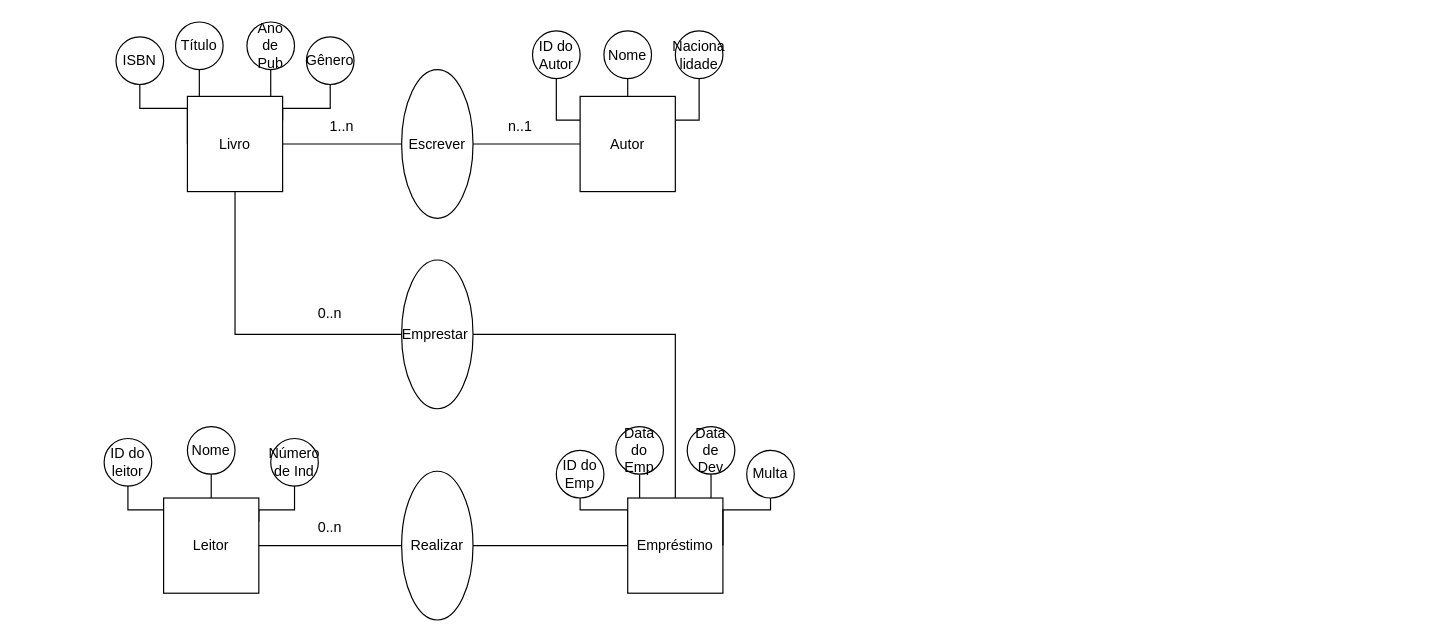
The draw.io diagram Atividade sobre ER Biblioteca.drawio in Aliel101/Aliel101-Atividades, before the edit. Source tidied: cells renumbered, new cells numbered last; positions are measured from the earlier drawing's top-left corner, leaving out a move shared by most shapes. Both pictures are drawn from the tidied source at 119%, with x=0, y=0 at pixel (104, 21).
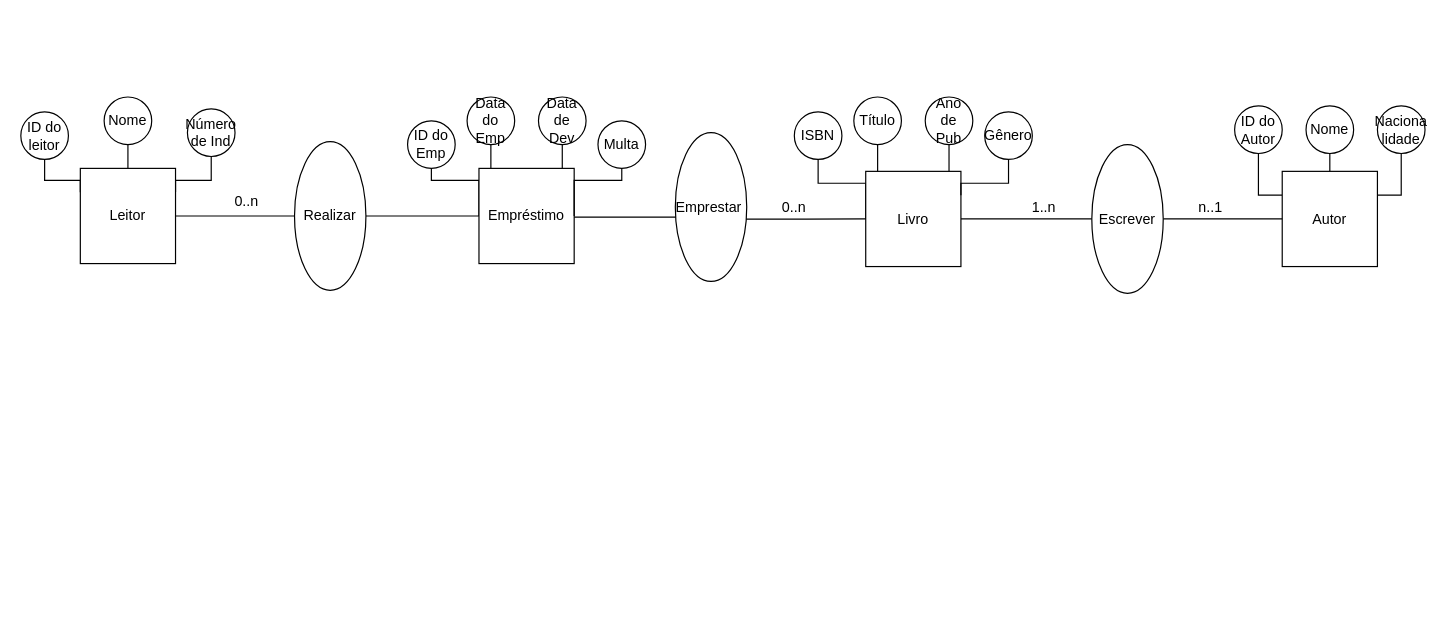
The same page after the edit.

What changed in the source:
```diff
@@
     <mxCell id="2" style="edgeStyle=orthogonalEdgeStyle;rounded=0;jettySize=auto;html=1;exitX=0.5;exitY=1;exitDx=0;exitDy=0;entryX=0;entryY=0.5;entryDx=0;entryDy=0;strokeColor=default;endArrow=none;endFill=0;" parent="1" edge="1" source="3" target="8">
       <mxGeometry relative="1" as="geometry">
         <Array as="points">
-          <mxPoint x="30" y="72.5" />
-          <mxPoint x="70" y="72.5" />
+          <mxPoint x="600" y="135.5" />
+          <mxPoint x="640" y="135.5" />
         </Array>
       </mxGeometry>
     </mxCell>
     <mxCell id="3" value="ISBN" style="ellipse;whiteSpace=wrap;html=1;" parent="1" vertex="1">
-      <mxGeometry x="10" y="12.5" width="40" height="40" as="geometry" />
+      <mxGeometry x="580" y="75.5" width="40" height="40" as="geometry" />
     </mxCell>
@@
     <mxCell id="5" value="Título" style="ellipse;whiteSpace=wrap;html=1;" parent="1" vertex="1">
-      <mxGeometry x="60" width="40" height="40" as="geometry" />
+      <mxGeometry x="630" y="63" width="40" height="40" as="geometry" />
     </mxCell>
     <mxCell id="6" value="Ano de Pub" style="ellipse;whiteSpace=wrap;html=1;" parent="1" vertex="1">
-      <mxGeometry x="120" width="40" height="40" as="geometry" />
+      <mxGeometry x="690" y="63" width="40" height="40" as="geometry" />
     </mxCell>
@@
     <mxCell id="8" value="Livro" style="whiteSpace=wrap;html=1;" parent="1" vertex="1">
-      <mxGeometry x="70" y="62.5" width="80" height="80" as="geometry" />
+      <mxGeometry x="640" y="125.5" width="80" height="80" as="geometry" />
     </mxCell>
     <mxCell id="9" style="edgeStyle=orthogonalEdgeStyle;rounded=0;jettySize=auto;html=1;exitX=0.5;exitY=1;exitDx=0;exitDy=0;entryX=1;entryY=0.25;entryDx=0;entryDy=0;endArrow=none;endFill=0;" parent="1" edge="1" source="10" target="8">
       <mxGeometry relative="1" as="geometry">
         <Array as="points">
-          <mxPoint x="190" y="72.5" />
-          <mxPoint x="150" y="72.5" />
+          <mxPoint x="760" y="135.5" />
+          <mxPoint x="720" y="135.5" />
         </Array>
       </mxGeometry>
     </mxCell>
     <mxCell id="10" value="Gênero" style="ellipse;whiteSpace=wrap;html=1;" parent="1" vertex="1">
-      <mxGeometry x="170" y="12.5" width="40" height="40" as="geometry" />
+      <mxGeometry x="740" y="75.5" width="40" height="40" as="geometry" />
     </mxCell>
     <mxCell id="11" style="edgeStyle=orthogonalEdgeStyle;rounded=0;jettySize=auto;html=1;exitX=0.5;exitY=1;exitDx=0;exitDy=0;endArrow=none;endFill=0;" parent="1" edge="1" source="6">
       <mxGeometry relative="1" as="geometry">
-        <mxPoint x="140" y="62.5" as="targetPoint" />
+        <mxPoint x="710" y="125.5" as="targetPoint" />
       </mxGeometry>
     </mxCell>
@@
     <mxCell id="13" value="ID do Autor" style="ellipse;whiteSpace=wrap;html=1;" parent="1" vertex="1">
-      <mxGeometry x="360" y="7.5" width="40" height="40" as="geometry" />
+      <mxGeometry x="950" y="70.5" width="40" height="40" as="geometry" />
     </mxCell>
@@
     <mxCell id="15" value="Nome" style="ellipse;whiteSpace=wrap;html=1;" parent="1" vertex="1">
-      <mxGeometry x="420" y="7.5" width="40" height="40" as="geometry" />
+      <mxGeometry x="1010" y="70.5" width="40" height="40" as="geometry" />
     </mxCell>
@@
     <mxCell id="17" value="Naciona&lt;div&gt;&lt;span style=&quot;background-color: initial;&quot;&gt;lidade&lt;/span&gt;&lt;br&gt;&lt;/div&gt;" style="ellipse;whiteSpace=wrap;html=1;" parent="1" vertex="1">
-      <mxGeometry x="480" y="7.5" width="40" height="40" as="geometry" />
+      <mxGeometry x="1070" y="70.5" width="40" height="40" as="geometry" />
     </mxCell>
     <mxCell id="18" value="Autor" style="whiteSpace=wrap;html=1;" parent="1" vertex="1">
-      <mxGeometry x="400" y="62.5" width="80" height="80" as="geometry" />
+      <mxGeometry x="990" y="125.5" width="80" height="80" as="geometry" />
     </mxCell>
-    <mxCell id="19" style="edgeStyle=orthogonalEdgeStyle;rounded=0;jettySize=auto;html=1;exitX=0.5;exitY=1;exitDx=0;exitDy=0;entryX=0;entryY=0.25;entryDx=0;entryDy=0;endArrow=none;endFill=0;" parent="1" edge="1" source="20" target="25">
+    <mxCell id="19" style="edgeStyle=orthogonalEdgeStyle;rounded=0;jettySize=auto;html=1;exitX=0.5;exitY=1;exitDx=0;exitDy=0;entryX=0;entryY=0.25;entryDx=0;entryDy=0;endArrow=none;endFill=0;" parent="1" edge="1" target="25">
       <mxGeometry relative="1" as="geometry">
+        <mxPoint x="-50" y="113" as="sourcePoint" />
         <Array as="points">
-          <mxPoint x="20" y="410" />
-          <mxPoint x="50" y="410" />
+          <mxPoint x="-50" y="133" />
+          <mxPoint x="-20" y="133" />
         </Array>
       </mxGeometry>
     </mxCell>
     <mxCell id="20" value="ID do leitor" style="ellipse;whiteSpace=wrap;html=1;" parent="1" vertex="1">
-      <mxGeometry y="350" width="40" height="40" as="geometry" />
+      <mxGeometry x="-70" y="75.5" width="40" height="40" as="geometry" />
     </mxCell>
@@
     <mxCell id="22" value="Nome" style="ellipse;whiteSpace=wrap;html=1;" parent="1" vertex="1">
-      <mxGeometry x="70" y="340" width="40" height="40" as="geometry" />
+      <mxGeometry y="63" width="40" height="40" as="geometry" />
     </mxCell>
     <mxCell id="23" style="edgeStyle=orthogonalEdgeStyle;rounded=0;jettySize=auto;html=1;exitX=0.5;exitY=1;exitDx=0;exitDy=0;entryX=1;entryY=0.25;entryDx=0;entryDy=0;endArrow=none;endFill=0;" parent="1" edge="1" source="24" target="25">
       <mxGeometry relative="1" as="geometry">
         <Array as="points">
-          <mxPoint x="160" y="410" />
-          <mxPoint x="130" y="410" />
+          <mxPoint x="90" y="133" />
+          <mxPoint x="60" y="133" />
         </Array>
       </mxGeometry>
     </mxCell>
     <mxCell id="24" value="Número de Ind" style="ellipse;whiteSpace=wrap;html=1;" parent="1" vertex="1">
-      <mxGeometry x="140" y="350" width="40" height="40" as="geometry" />
+      <mxGeometry x="70" y="73" width="40" height="40" as="geometry" />
     </mxCell>
     <mxCell id="25" value="Leitor" style="whiteSpace=wrap;html=1;" parent="1" vertex="1">
-      <mxGeometry x="50" y="400" width="80" height="80" as="geometry" />
+      <mxGeometry x="-20" y="123" width="80" height="80" as="geometry" />
     </mxCell>
     <mxCell id="26" style="edgeStyle=orthogonalEdgeStyle;rounded=0;jettySize=auto;html=1;exitX=0.5;exitY=1;exitDx=0;exitDy=0;entryX=0;entryY=0.5;entryDx=0;entryDy=0;strokeColor=default;endArrow=none;endFill=0;" parent="1" edge="1" source="27" target="32">
       <mxGeometry relative="1" as="geometry">
         <Array as="points">
-          <mxPoint x="400" y="410" />
-          <mxPoint x="440" y="410" />
+          <mxPoint x="275" y="133" />
+          <mxPoint x="315" y="133" />
         </Array>
       </mxGeometry>
     </mxCell>
     <mxCell id="27" value="ID do Emp" style="ellipse;whiteSpace=wrap;html=1;" parent="1" vertex="1">
-      <mxGeometry x="380" y="360" width="40" height="40" as="geometry" />
+      <mxGeometry x="255" y="83" width="40" height="40" as="geometry" />
     </mxCell>
@@
     <mxCell id="29" value="Data do Emp" style="ellipse;whiteSpace=wrap;html=1;" parent="1" vertex="1">
-      <mxGeometry x="430" y="340" width="40" height="40" as="geometry" />
+      <mxGeometry x="305" y="63" width="40" height="40" as="geometry" />
     </mxCell>
     <mxCell id="30" value="Data de Dev" style="ellipse;whiteSpace=wrap;html=1;" parent="1" vertex="1">
-      <mxGeometry x="490" y="340" width="40" height="40" as="geometry" />
+      <mxGeometry x="365" y="63" width="40" height="40" as="geometry" />
     </mxCell>
-    <mxCell id="31" style="edgeStyle=orthogonalEdgeStyle;rounded=0;jettySize=auto;html=1;exitX=0.5;exitY=0;exitDx=0;exitDy=0;entryX=1;entryY=0.5;entryDx=0;entryDy=0;endArrow=none;endFill=0;" parent="1" edge="1" source="32" target="45">
-      <mxGeometry relative="1" as="geometry" />
+    <mxCell id="31" style="edgeStyle=orthogonalEdgeStyle;rounded=0;jettySize=auto;html=1;entryX=0;entryY=0.5;entryDx=0;entryDy=0;endArrow=none;endFill=0;" parent="1" edge="1" target="45">
+      <mxGeometry relative="1" as="geometry">
+        <mxPoint x="370" y="163" as="sourcePoint" />
+        <Array as="points">
+          <mxPoint x="370" y="164" />
+          <mxPoint x="510" y="164" />
+        </Array>
+      </mxGeometry>
     </mxCell>
     <mxCell id="32" value="Empréstimo" style="whiteSpace=wrap;html=1;" parent="1" vertex="1">
-      <mxGeometry x="440" y="400" width="80" height="80" as="geometry" />
+      <mxGeometry x="315" y="123" width="80" height="80" as="geometry" />
     </mxCell>
     <mxCell id="33" style="edgeStyle=orthogonalEdgeStyle;rounded=0;jettySize=auto;html=1;exitX=0.5;exitY=1;exitDx=0;exitDy=0;entryX=1;entryY=0.5;entryDx=0;entryDy=0;endArrow=none;endFill=0;" parent="1" edge="1" source="34" target="32">
       <mxGeometry relative="1" as="geometry">
         <Array as="points">
-          <mxPoint x="560" y="410" />
-          <mxPoint x="520" y="410" />
+          <mxPoint x="435" y="133" />
+          <mxPoint x="395" y="133" />
         </Array>
       </mxGeometry>
     </mxCell>
     <mxCell id="34" value="Multa" style="ellipse;whiteSpace=wrap;html=1;" parent="1" vertex="1">
-      <mxGeometry x="540" y="360" width="40" height="40" as="geometry" />
+      <mxGeometry x="415" y="83" width="40" height="40" as="geometry" />
     </mxCell>
     <mxCell id="35" style="edgeStyle=orthogonalEdgeStyle;rounded=0;jettySize=auto;html=1;exitX=0.5;exitY=1;exitDx=0;exitDy=0;endArrow=none;endFill=0;" parent="1" edge="1" source="30">
       <mxGeometry relative="1" as="geometry">
-        <mxPoint x="510" y="400" as="targetPoint" />
+        <mxPoint x="385" y="123" as="targetPoint" />
       </mxGeometry>
     </mxCell>
     <mxCell id="36" value="1..n" style="text;html=1;align=center;verticalAlign=middle;whiteSpace=wrap;rounded=0;" parent="1" vertex="1">
-      <mxGeometry x="170" y="72.5" width="60" height="30" as="geometry" />
+      <mxGeometry x="760" y="140.5" width="60" height="30" as="geometry" />
     </mxCell>
@@
     <mxCell id="38" value="Escrever" style="ellipse;whiteSpace=wrap;html=1;" parent="1" vertex="1">
-      <mxGeometry x="250" y="40" width="60" height="125" as="geometry" />
+      <mxGeometry x="830" y="103" width="60" height="125" as="geometry" />
     </mxCell>
     <mxCell id="39" value="n..1" style="text;html=1;align=center;verticalAlign=middle;whiteSpace=wrap;rounded=0;" parent="1" vertex="1">
-      <mxGeometry x="320" y="72.5" width="60" height="30" as="geometry" />
+      <mxGeometry x="900" y="140.5" width="60" height="30" as="geometry" />
     </mxCell>
@@
     <mxCell id="41" value="Realizar" style="ellipse;whiteSpace=wrap;html=1;" parent="1" vertex="1">
-      <mxGeometry x="250" y="377.5" width="60" height="125" as="geometry" />
+      <mxGeometry x="160" y="100.5" width="60" height="125" as="geometry" />
     </mxCell>
-    <mxCell id="42" style="edgeStyle=orthogonalEdgeStyle;rounded=0;jettySize=auto;html=1;exitX=1;exitY=0.5;exitDx=0;exitDy=0;endArrow=none;endFill=0;" parent="1" edge="1" source="25">
-      <mxGeometry relative="1" as="geometry">
-        <mxPoint x="250" y="440" as="targetPoint" />
-        <Array as="points">
-          <mxPoint x="247" y="440" />
-        </Array>
-      </mxGeometry>
+    <mxCell id="42" style="edgeStyle=orthogonalEdgeStyle;rounded=0;jettySize=auto;html=1;exitX=1;exitY=0.5;exitDx=0;exitDy=0;endArrow=none;endFill=0;entryX=0;entryY=0.5;entryDx=0;entryDy=0;" parent="1" edge="1" source="25" target="41">
+      <mxGeometry relative="1" as="geometry" />
     </mxCell>
     <mxCell id="43" value="0..n" style="text;html=1;align=center;verticalAlign=middle;whiteSpace=wrap;rounded=0;" parent="1" vertex="1">
-      <mxGeometry x="160" y="410" width="60" height="30" as="geometry" />
+      <mxGeometry x="90" y="135.5" width="60" height="30" as="geometry" />
     </mxCell>
-    <mxCell id="44" style="edgeStyle=orthogonalEdgeStyle;rounded=0;jettySize=auto;html=1;exitX=0;exitY=0.5;exitDx=0;exitDy=0;entryX=0.5;entryY=1;entryDx=0;entryDy=0;endArrow=none;endFill=0;" parent="1" edge="1" source="45" target="8">
+    <mxCell id="44" style="edgeStyle=orthogonalEdgeStyle;rounded=0;jettySize=auto;html=1;exitX=0.98;exitY=0.581;exitDx=0;exitDy=0;entryX=0;entryY=0.5;entryDx=0;entryDy=0;endArrow=none;endFill=0;exitPerimeter=0;" parent="1" edge="1" source="45" target="8">
       <mxGeometry relative="1" as="geometry" />
     </mxCell>
     <mxCell id="45" value="Emprestar&amp;nbsp;" style="ellipse;whiteSpace=wrap;html=1;" parent="1" vertex="1">
-      <mxGeometry x="250" y="200" width="60" height="125" as="geometry" />
+      <mxGeometry x="480" y="93" width="60" height="125" as="geometry" />
     </mxCell>
     <mxCell id="46" value="0..n" style="text;html=1;align=center;verticalAlign=middle;whiteSpace=wrap;rounded=0;" parent="1" vertex="1">
-      <mxGeometry x="160" y="230" width="60" height="30" as="geometry" />
+      <mxGeometry x="550" y="140.5" width="60" height="30" as="geometry" />
     </mxCell>
```
